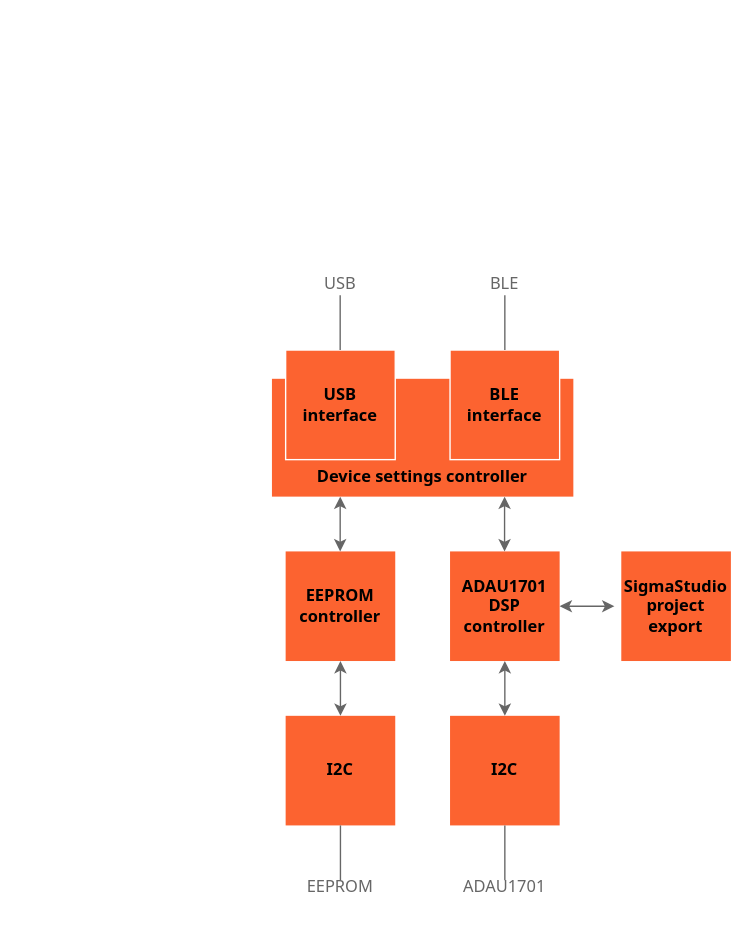
Earlier version of the draw.io diagram device_firmware/functional_design_firmware.drawio (perrypetiet/EasyDSP). Source tidied: cells renumbered, new cells numbered last; positions are measured from the earlier drawing's top-left corner, leaving out a move shared by most shapes. Both pictures are drawn from the tidied source at 137%, with x=0, y=0 at pixel (271, 263).
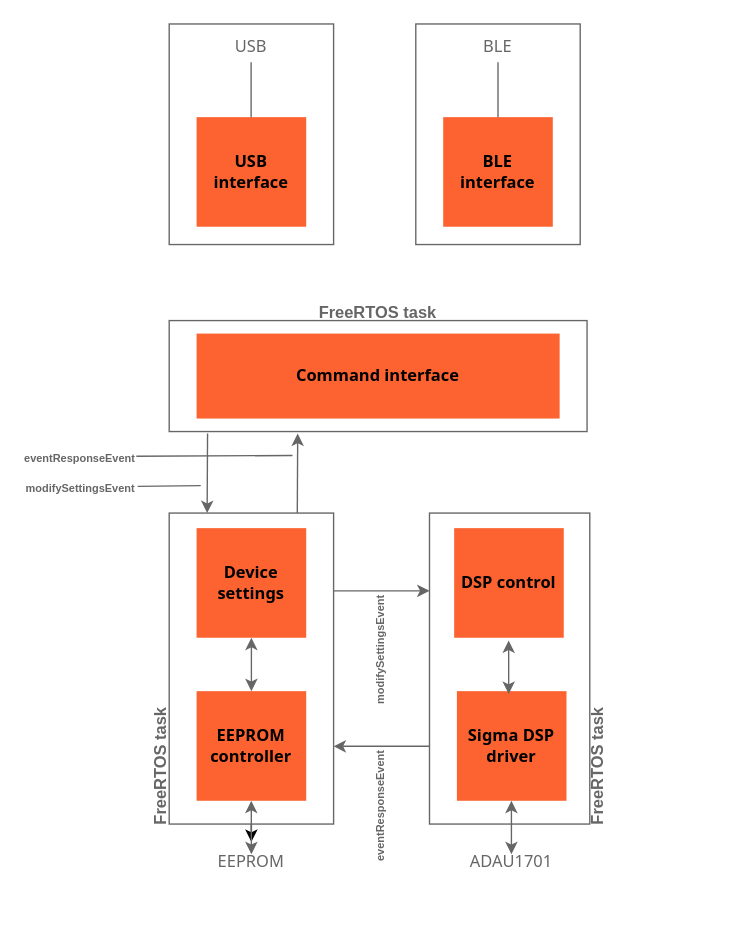
The same page after the edit.

Commit message (it also covers changes not shown here):
Functional design

Diff of the diagram source:
```diff
@@
-    <mxCell id="2" value="&lt;font face=&quot;Tahoma&quot;&gt;&lt;b&gt;I2C&lt;/b&gt;&lt;/font&gt;" style="whiteSpace=wrap;html=1;fillColor=#FC6330;strokeColor=none;" parent="1" vertex="1">
-      <mxGeometry x="10" y="330" width="80" height="80" as="geometry" />
-    </mxCell>
-    <mxCell id="3" value="&lt;font face=&quot;Tahoma&quot;&gt;&lt;b&gt;I2C&lt;/b&gt;&lt;/font&gt;" style="whiteSpace=wrap;html=1;fillColor=#FC6330;strokeColor=none;" parent="1" vertex="1">
-      <mxGeometry x="130" y="330" width="80" height="80" as="geometry" />
-    </mxCell>
-    <mxCell id="4" style="edgeStyle=none;html=1;exitX=0.5;exitY=1;exitDx=0;exitDy=0;entryX=0.5;entryY=0;entryDx=0;entryDy=0;fontFamily=Tahoma;strokeColor=#666666;startArrow=classic;startFill=1;" parent="1" edge="1" source="5" target="2">
-      <mxGeometry relative="1" as="geometry" />
-    </mxCell>
     <mxCell id="5" value="&lt;font face=&quot;Tahoma&quot;&gt;&lt;b&gt;EEPROM&lt;br&gt;controller&lt;br&gt;&lt;/b&gt;&lt;/font&gt;" style="whiteSpace=wrap;html=1;fillColor=#FC6330;strokeColor=none;" parent="1" vertex="1">
-      <mxGeometry x="10" y="210" width="80" height="80" as="geometry" />
+      <mxGeometry x="-55" y="312" width="80" height="80" as="geometry" />
     </mxCell>
-    <mxCell id="6" style="edgeStyle=none;html=1;exitX=0.5;exitY=1;exitDx=0;exitDy=0;entryX=0.5;entryY=0;entryDx=0;entryDy=0;fontFamily=Tahoma;strokeColor=#666666;startArrow=classic;startFill=1;" parent="1" edge="1">
-      <mxGeometry relative="1" as="geometry">
-        <mxPoint x="170" y="290" as="sourcePoint" />
-        <mxPoint x="170" y="330" as="targetPoint" />
-      </mxGeometry>
-    </mxCell>
-    <mxCell id="7" value="&lt;b&gt;&lt;br&gt;&lt;br&gt;&lt;br&gt;&lt;br&gt;Device settings controller&lt;br&gt;&lt;/b&gt;" style="rounded=0;whiteSpace=wrap;html=1;fontFamily=Tahoma;fillColor=#FC6330;strokeColor=none;" parent="1" vertex="1">
-      <mxGeometry y="84" width="220" height="86" as="geometry" />
+    <mxCell id="7" value="&lt;b&gt;Command interface&lt;br&gt;&lt;/b&gt;" style="rounded=0;whiteSpace=wrap;html=1;fontFamily=Tahoma;fillColor=#FC6330;strokeColor=none;" parent="1" vertex="1">
+      <mxGeometry x="-55" y="51" width="265" height="62" as="geometry" />
     </mxCell>
-    <mxCell id="8" value="&lt;font face=&quot;Tahoma&quot;&gt;&lt;b&gt;ADAU1701&lt;br&gt;DSP controller&lt;br&gt;&lt;/b&gt;&lt;/font&gt;" style="whiteSpace=wrap;html=1;fillColor=#FC6330;strokeColor=none;" parent="1" vertex="1">
-      <mxGeometry x="130" y="210" width="80" height="80" as="geometry" />
+    <mxCell id="8" value="&lt;font face=&quot;Tahoma&quot;&gt;&lt;b&gt;Sigma DSP driver&lt;br&gt;&lt;/b&gt;&lt;/font&gt;" style="whiteSpace=wrap;html=1;fillColor=#FC6330;strokeColor=none;" parent="1" vertex="1">
+      <mxGeometry x="135" y="312" width="80" height="80" as="geometry" />
     </mxCell>
-    <mxCell id="9" style="edgeStyle=none;html=1;exitX=0.5;exitY=1;exitDx=0;exitDy=0;entryX=0.5;entryY=0;entryDx=0;entryDy=0;fontFamily=Tahoma;strokeColor=#666666;startArrow=classic;startFill=1;" parent="1" edge="1">
-      <mxGeometry relative="1" as="geometry">
-        <mxPoint x="49.8" y="170" as="sourcePoint" />
-        <mxPoint x="49.8" y="210" as="targetPoint" />
-      </mxGeometry>
-    </mxCell>
-    <mxCell id="10" value="&lt;font face=&quot;Tahoma&quot;&gt;&lt;b&gt;SigmaStudio&lt;br&gt;project export&lt;br&gt;&lt;/b&gt;&lt;/font&gt;" style="whiteSpace=wrap;html=1;fillColor=#FC6330;strokeColor=none;" parent="1" vertex="1">
-      <mxGeometry x="255" y="210" width="80" height="80" as="geometry" />
-    </mxCell>
-    <mxCell id="11" style="edgeStyle=none;html=1;exitX=1;exitY=0.5;exitDx=0;exitDy=0;entryX=0;entryY=0.5;entryDx=0;entryDy=0;fontFamily=Tahoma;strokeColor=#666666;startArrow=classic;startFill=1;" parent="1" edge="1" source="8">
-      <mxGeometry relative="1" as="geometry">
-        <mxPoint x="250" y="250" as="targetPoint" />
-      </mxGeometry>
-    </mxCell>
-    <mxCell id="12" style="edgeStyle=none;html=1;exitX=0.5;exitY=1;exitDx=0;exitDy=0;entryX=0.5;entryY=0;entryDx=0;entryDy=0;fontFamily=Tahoma;strokeColor=#666666;startArrow=classic;startFill=1;" parent="1" edge="1">
-      <mxGeometry relative="1" as="geometry">
-        <mxPoint x="169.8" y="170" as="sourcePoint" />
-        <mxPoint x="169.8" y="210" as="targetPoint" />
-      </mxGeometry>
-    </mxCell>
+    <mxCell id="14" value="&lt;font face=&quot;Tahoma&quot;&gt;&lt;b&gt;BLE interface&lt;br&gt;&lt;/b&gt;&lt;/font&gt;" style="whiteSpace=wrap;html=1;fillColor=#FC6330;strokeColor=none;" parent="1" vertex="1">
+      <mxGeometry x="125" y="-107" width="80" height="80" as="geometry" />
+    </mxCell>
+    <mxCell id="16" value="&lt;font color=&quot;#666666&quot;&gt;EEPROM&lt;/font&gt;" style="text;html=1;strokeColor=none;fillColor=none;align=center;verticalAlign=middle;whiteSpace=wrap;rounded=0;fontFamily=Tahoma;" parent="1" vertex="1">
+      <mxGeometry x="-45" y="422" width="60" height="30" as="geometry" />
+    </mxCell>
+    <mxCell id="18" value="&lt;font color=&quot;#666666&quot;&gt;ADAU1701&lt;/font&gt;" style="text;html=1;strokeColor=none;fillColor=none;align=center;verticalAlign=middle;whiteSpace=wrap;rounded=0;fontFamily=Tahoma;" parent="1" vertex="1">
+      <mxGeometry x="145" y="422" width="60" height="30" as="geometry" />
+    </mxCell>
+    <mxCell id="20" style="endArrow=none;html=1;strokeColor=#666666;fontFamily=Tahoma;" parent="1" edge="1">
+      <mxGeometry relative="1" as="geometry">
+        <mxPoint x="165" y="-107" as="sourcePoint" />
+        <mxPoint x="165" y="-147" as="targetPoint" />
+      </mxGeometry>
+    </mxCell>
+    <mxCell id="22" value="&lt;font color=&quot;#666666&quot;&gt;BLE&lt;/font&gt;" style="text;html=1;strokeColor=none;fillColor=none;align=center;verticalAlign=middle;whiteSpace=wrap;rounded=0;fontFamily=Tahoma;" parent="1" vertex="1">
+      <mxGeometry x="135" y="-173" width="60" height="30" as="geometry" />
+    </mxCell>
-    <mxCell id="13" value="&lt;font face=&quot;Tahoma&quot;&gt;&lt;b&gt;USB interface&lt;br&gt;&lt;/b&gt;&lt;/font&gt;" style="whiteSpace=wrap;html=1;fillColor=#FC6330;strokeColor=#FFFFFF;" parent="1" vertex="1">
-      <mxGeometry x="10" y="63" width="80" height="80" as="geometry" />
+    <mxCell id="13" value="&lt;font face=&quot;Tahoma&quot;&gt;&lt;b&gt;USB interface&lt;br&gt;&lt;/b&gt;&lt;/font&gt;" style="whiteSpace=wrap;html=1;fillColor=#FC6330;strokeColor=none;" parent="1" vertex="1">
+      <mxGeometry x="-55" y="-107" width="80" height="80" as="geometry" />
     </mxCell>
-    <mxCell id="14" value="&lt;font face=&quot;Tahoma&quot;&gt;&lt;b&gt;BLE interface&lt;br&gt;&lt;/b&gt;&lt;/font&gt;" style="whiteSpace=wrap;html=1;fillColor=#FC6330;strokeColor=#FFFFFF;" parent="1" vertex="1">
-      <mxGeometry x="130" y="63" width="80" height="80" as="geometry" />
-    </mxCell>
-    <mxCell id="15" style="endArrow=none;html=1;strokeColor=#666666;fontFamily=Tahoma;" parent="1" edge="1">
-      <mxGeometry relative="1" as="geometry">
-        <mxPoint x="50" y="450" as="sourcePoint" />
-        <mxPoint x="50" y="410" as="targetPoint" />
-      </mxGeometry>
-    </mxCell>
-    <mxCell id="16" value="&lt;font color=&quot;#666666&quot;&gt;EEPROM&lt;/font&gt;" style="text;html=1;strokeColor=none;fillColor=none;align=center;verticalAlign=middle;whiteSpace=wrap;rounded=0;fontFamily=Tahoma;" parent="1" vertex="1">
-      <mxGeometry x="20" y="440" width="60" height="30" as="geometry" />
-    </mxCell>
-    <mxCell id="17" style="endArrow=none;html=1;strokeColor=#666666;fontFamily=Tahoma;" parent="1" edge="1">
-      <mxGeometry relative="1" as="geometry">
-        <mxPoint x="170" y="450" as="sourcePoint" />
-        <mxPoint x="170" y="410" as="targetPoint" />
-      </mxGeometry>
-    </mxCell>
-    <mxCell id="18" value="&lt;font color=&quot;#666666&quot;&gt;ADAU1701&lt;/font&gt;" style="text;html=1;strokeColor=none;fillColor=none;align=center;verticalAlign=middle;whiteSpace=wrap;rounded=0;fontFamily=Tahoma;" parent="1" vertex="1">
-      <mxGeometry x="140" y="440" width="60" height="30" as="geometry" />
-    </mxCell>
-    <mxCell id="19" style="endArrow=none;html=1;strokeColor=#666666;fontFamily=Tahoma;" parent="1" edge="1">
-      <mxGeometry relative="1" as="geometry">
-        <mxPoint x="49.8" y="63" as="sourcePoint" />
-        <mxPoint x="49.8" y="23" as="targetPoint" />
-      </mxGeometry>
-    </mxCell>
-    <mxCell id="20" style="endArrow=none;html=1;strokeColor=#666666;fontFamily=Tahoma;" parent="1" edge="1">
-      <mxGeometry relative="1" as="geometry">
-        <mxPoint x="170" y="63" as="sourcePoint" />
-        <mxPoint x="170" y="23" as="targetPoint" />
-      </mxGeometry>
-    </mxCell>
     <mxCell id="21" value="&lt;font color=&quot;#666666&quot;&gt;USB&lt;/font&gt;" style="text;html=1;strokeColor=none;fillColor=none;align=center;verticalAlign=middle;whiteSpace=wrap;rounded=0;fontFamily=Tahoma;" parent="1" vertex="1">
-      <mxGeometry x="20" width="60" height="30" as="geometry" />
+      <mxGeometry x="-45" y="-173" width="60" height="30" as="geometry" />
     </mxCell>
-    <mxCell id="22" value="&lt;font color=&quot;#666666&quot;&gt;BLE&lt;/font&gt;" style="text;html=1;strokeColor=none;fillColor=none;align=center;verticalAlign=middle;whiteSpace=wrap;rounded=0;fontFamily=Tahoma;" parent="1" vertex="1">
-      <mxGeometry x="140" width="60" height="30" as="geometry" />
-    </mxCell>
+    <mxCell id="23" style="endArrow=none;html=1;strokeColor=#666666;fontFamily=Tahoma;" parent="1" edge="1">
+      <mxGeometry relative="1" as="geometry">
+        <mxPoint x="-15.2" y="-107" as="sourcePoint" />
+        <mxPoint x="-15.2" y="-147" as="targetPoint" />
+      </mxGeometry>
+    </mxCell>
+    <mxCell id="24" value="&lt;font face=&quot;Tahoma&quot;&gt;&lt;b&gt;DSP control&lt;br&gt;&lt;/b&gt;&lt;/font&gt;" style="whiteSpace=wrap;html=1;fillColor=#FC6330;strokeColor=none;" parent="1" vertex="1">
+      <mxGeometry x="133" y="193" width="80" height="80" as="geometry" />
+    </mxCell>
+    <mxCell id="25" value="&lt;font face=&quot;Tahoma&quot;&gt;&lt;b&gt;Device settings&lt;br&gt;&lt;/b&gt;&lt;/font&gt;" style="whiteSpace=wrap;html=1;fillColor=#FC6330;strokeColor=none;" parent="1" vertex="1">
+      <mxGeometry x="-55" y="193" width="80" height="80" as="geometry" />
+    </mxCell>
+    <mxCell id="26" style="edgeStyle=none;html=1;exitX=0.5;exitY=1;exitDx=0;exitDy=0;entryX=0.5;entryY=0;entryDx=0;entryDy=0;fontFamily=Tahoma;strokeColor=#666666;startArrow=classic;startFill=1;" parent="1" edge="1" source="25" target="5">
+      <mxGeometry relative="1" as="geometry" />
+    </mxCell>
+    <mxCell id="27" style="edgeStyle=none;html=1;exitX=0.5;exitY=1;exitDx=0;exitDy=0;entryX=0.5;entryY=0;entryDx=0;entryDy=0;fontFamily=Tahoma;strokeColor=#666666;startArrow=classic;startFill=1;" parent="1" edge="1">
+      <mxGeometry relative="1" as="geometry">
+        <mxPoint x="172.8" y="275" as="sourcePoint" />
+        <mxPoint x="172.8" y="314" as="targetPoint" />
+      </mxGeometry>
+    </mxCell>
+    <mxCell id="28" style="edgeStyle=none;html=1;" parent="1" edge="1" source="29" target="16">
+      <mxGeometry relative="1" as="geometry" />
+    </mxCell>
+    <mxCell id="29" style="rounded=0;whiteSpace=wrap;html=1;strokeColor=#666666;fillColor=none;" parent="1" vertex="1">
+      <mxGeometry x="-75" y="182" width="120" height="227" as="geometry" />
+    </mxCell>
+    <mxCell id="30" style="edgeStyle=none;html=1;exitX=0.5;exitY=1;exitDx=0;exitDy=0;fontFamily=Tahoma;strokeColor=#666666;startArrow=classic;startFill=1;" parent="1" edge="1">
+      <mxGeometry relative="1" as="geometry">
+        <mxPoint x="-15.1" y="392" as="sourcePoint" />
+        <mxPoint x="-15" y="431" as="targetPoint" />
+      </mxGeometry>
+    </mxCell>
+    <mxCell id="31" style="edgeStyle=none;html=1;exitX=0.5;exitY=1;exitDx=0;exitDy=0;entryX=0.5;entryY=0;entryDx=0;entryDy=0;fontFamily=Tahoma;strokeColor=#666666;startArrow=classic;startFill=1;" parent="1" edge="1">
+      <mxGeometry relative="1" as="geometry">
+        <mxPoint x="174.8" y="392" as="sourcePoint" />
+        <mxPoint x="174.8" y="431" as="targetPoint" />
+      </mxGeometry>
+    </mxCell>
+    <mxCell id="32" style="rounded=0;whiteSpace=wrap;html=1;strokeColor=#666666;fillColor=none;" parent="1" vertex="1">
+      <mxGeometry x="115" y="182" width="117" height="227" as="geometry" />
+    </mxCell>
+    <mxCell id="33" value="&lt;font color=&quot;#666666&quot;&gt;&lt;b&gt;FreeRTOS task&lt;/b&gt;&lt;/font&gt;" style="text;html=1;strokeColor=none;fillColor=none;align=center;verticalAlign=middle;whiteSpace=wrap;rounded=0;direction=west;rotation=270;" parent="1" vertex="1">
+      <mxGeometry x="-127" y="352" width="93" height="30" as="geometry" />
+    </mxCell>
+    <mxCell id="34" value="&lt;font color=&quot;#666666&quot;&gt;&lt;b&gt;FreeRTOS task&lt;/b&gt;&lt;/font&gt;" style="text;html=1;strokeColor=none;fillColor=none;align=center;verticalAlign=middle;whiteSpace=wrap;rounded=0;direction=west;rotation=270;" parent="1" vertex="1">
+      <mxGeometry x="192" y="352" width="93" height="30" as="geometry" />
+    </mxCell>
+    <mxCell id="35" style="rounded=0;whiteSpace=wrap;html=1;strokeColor=#666666;fillColor=none;" parent="1" vertex="1">
+      <mxGeometry x="-75" y="41.5" width="305" height="81" as="geometry" />
+    </mxCell>
+    <mxCell id="36" value="&lt;font color=&quot;#666666&quot;&gt;&lt;b&gt;FreeRTOS task&lt;/b&gt;&lt;/font&gt;" style="text;html=1;strokeColor=none;fillColor=none;align=center;verticalAlign=middle;whiteSpace=wrap;rounded=0;direction=west;rotation=0;" parent="1" vertex="1">
+      <mxGeometry x="31" y="21" width="93" height="30" as="geometry" />
+    </mxCell>
+    <mxCell id="37" style="edgeStyle=none;html=1;entryX=0.5;entryY=0;entryDx=0;entryDy=0;fontFamily=Tahoma;strokeColor=#666666;startArrow=none;startFill=0;endArrow=classic;endFill=1;" parent="1" edge="1">
+      <mxGeometry relative="1" as="geometry">
+        <mxPoint x="-47" y="124" as="sourcePoint" />
+        <mxPoint x="-47.3" y="182" as="targetPoint" />
+      </mxGeometry>
+    </mxCell>
+    <mxCell id="38" value="&lt;font size=&quot;1&quot; color=&quot;#666666&quot;&gt;&lt;b style=&quot;font-size: 8px;&quot;&gt;modifySettingsEvent&lt;/b&gt;&lt;/font&gt;" style="text;html=1;strokeColor=none;fillColor=none;align=center;verticalAlign=middle;whiteSpace=wrap;rounded=0;direction=west;rotation=0;" parent="1" vertex="1">
+      <mxGeometry x="-181" y="156" width="83" height="13" as="geometry" />
+    </mxCell>
+    <mxCell id="39" style="edgeStyle=none;html=1;entryX=0.5;entryY=0;entryDx=0;entryDy=0;fontFamily=Tahoma;strokeColor=#666666;startArrow=classic;startFill=1;endArrow=none;endFill=0;" parent="1" edge="1">
+      <mxGeometry relative="1" as="geometry">
+        <mxPoint x="18.8" y="124" as="sourcePoint" />
+        <mxPoint x="18.5" y="182" as="targetPoint" />
+      </mxGeometry>
+    </mxCell>
+    <mxCell id="40" value="&lt;font size=&quot;1&quot; color=&quot;#666666&quot;&gt;&lt;b style=&quot;font-size: 8px;&quot;&gt;eventResponseEvent&lt;/b&gt;&lt;/font&gt;" style="text;html=1;strokeColor=none;fillColor=none;align=center;verticalAlign=middle;whiteSpace=wrap;rounded=0;direction=west;rotation=0;" parent="1" vertex="1">
+      <mxGeometry x="-181" y="134" width="82" height="13" as="geometry" />
+    </mxCell>
+    <mxCell id="41" style="endArrow=none;html=1;fontSize=8;strokeColor=#666666;exitX=0;exitY=0.5;exitDx=0;exitDy=0;" parent="1" edge="1" source="38">
+      <mxGeometry relative="1" as="geometry">
+        <mxPoint x="-52" y="162" as="targetPoint" />
+      </mxGeometry>
+    </mxCell>
+    <mxCell id="42" style="endArrow=none;html=1;strokeColor=#666666;fontSize=8;exitX=0;exitY=0.5;exitDx=0;exitDy=0;" parent="1" edge="1" source="40">
+      <mxGeometry relative="1" as="geometry">
+        <mxPoint x="15" y="140" as="targetPoint" />
+      </mxGeometry>
+    </mxCell>
+    <mxCell id="43" style="edgeStyle=none;html=1;entryX=0;entryY=0.25;entryDx=0;entryDy=0;fontFamily=Tahoma;strokeColor=#666666;startArrow=none;startFill=0;endArrow=classic;endFill=1;exitX=1;exitY=0.25;exitDx=0;exitDy=0;" parent="1" edge="1" source="29" target="32">
+      <mxGeometry relative="1" as="geometry" />
+    </mxCell>
+    <mxCell id="44" value="&lt;font size=&quot;1&quot; color=&quot;#666666&quot;&gt;&lt;b style=&quot;font-size: 8px;&quot;&gt;modifySettingsEvent&lt;/b&gt;&lt;/font&gt;" style="text;html=1;strokeColor=none;fillColor=none;align=center;verticalAlign=middle;whiteSpace=wrap;rounded=0;direction=west;rotation=-90;" parent="1" vertex="1">
+      <mxGeometry x="36.5" y="276" width="83" height="13" as="geometry" />
+    </mxCell>
+    <mxCell id="45" style="edgeStyle=none;html=1;entryX=0;entryY=0.75;entryDx=0;entryDy=0;fontFamily=Tahoma;strokeColor=#666666;startArrow=classic;startFill=1;endArrow=none;endFill=0;exitX=1;exitY=0.75;exitDx=0;exitDy=0;" parent="1" edge="1" source="29" target="32">
+      <mxGeometry relative="1" as="geometry" />
+    </mxCell>
+    <mxCell id="46" value="&lt;font size=&quot;1&quot; color=&quot;#666666&quot;&gt;&lt;b style=&quot;font-size: 8px;&quot;&gt;eventResponseEvent&lt;/b&gt;&lt;/font&gt;" style="text;html=1;strokeColor=none;fillColor=none;align=center;verticalAlign=middle;whiteSpace=wrap;rounded=0;direction=west;rotation=-90;" parent="1" vertex="1">
+      <mxGeometry x="36.5" y="390" width="82" height="13" as="geometry" />
+    </mxCell>
+    <mxCell id="47" style="rounded=0;whiteSpace=wrap;html=1;fontSize=8;fillColor=none;strokeColor=#666666;" parent="1" vertex="1">
+      <mxGeometry x="-75" y="-175" width="120" height="161" as="geometry" />
+    </mxCell>
+    <mxCell id="48" style="rounded=0;whiteSpace=wrap;html=1;fontSize=8;fillColor=none;strokeColor=#666666;" parent="1" vertex="1">
+      <mxGeometry x="105" y="-175" width="120" height="161" as="geometry" />
+    </mxCell>
```
